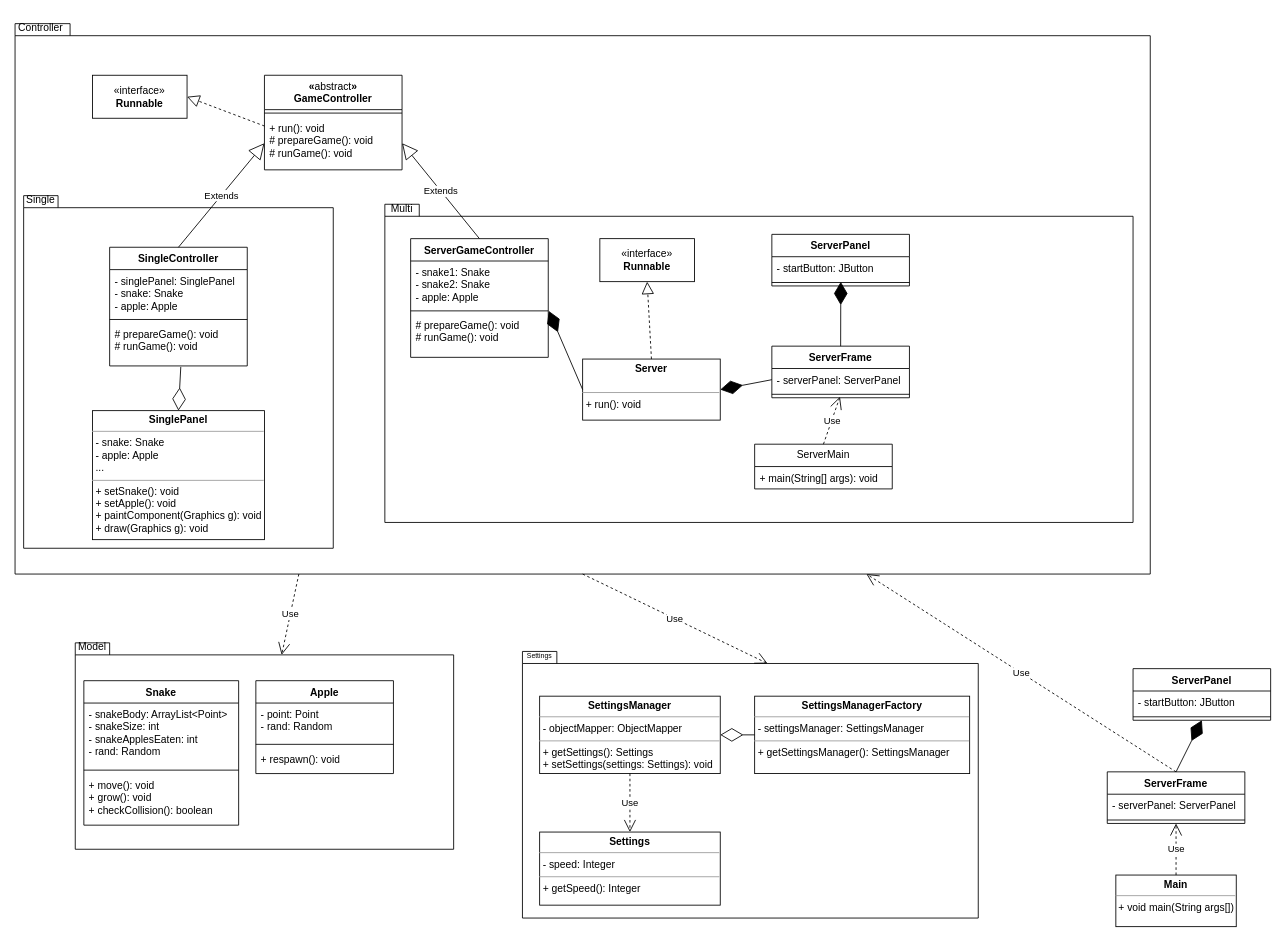
Earlier version of the draw.io diagram Untitled Diagram.drawio (lehelikes/snakegame-design-patterns). Source tidied: cells renumbered, new cells numbered last; positions are measured from the earlier drawing's top-left corner, leaving out a move shared by most shapes. Both pictures are drawn from the tidied source at 86%, with x=0, y=0 at pixel (15, 15).
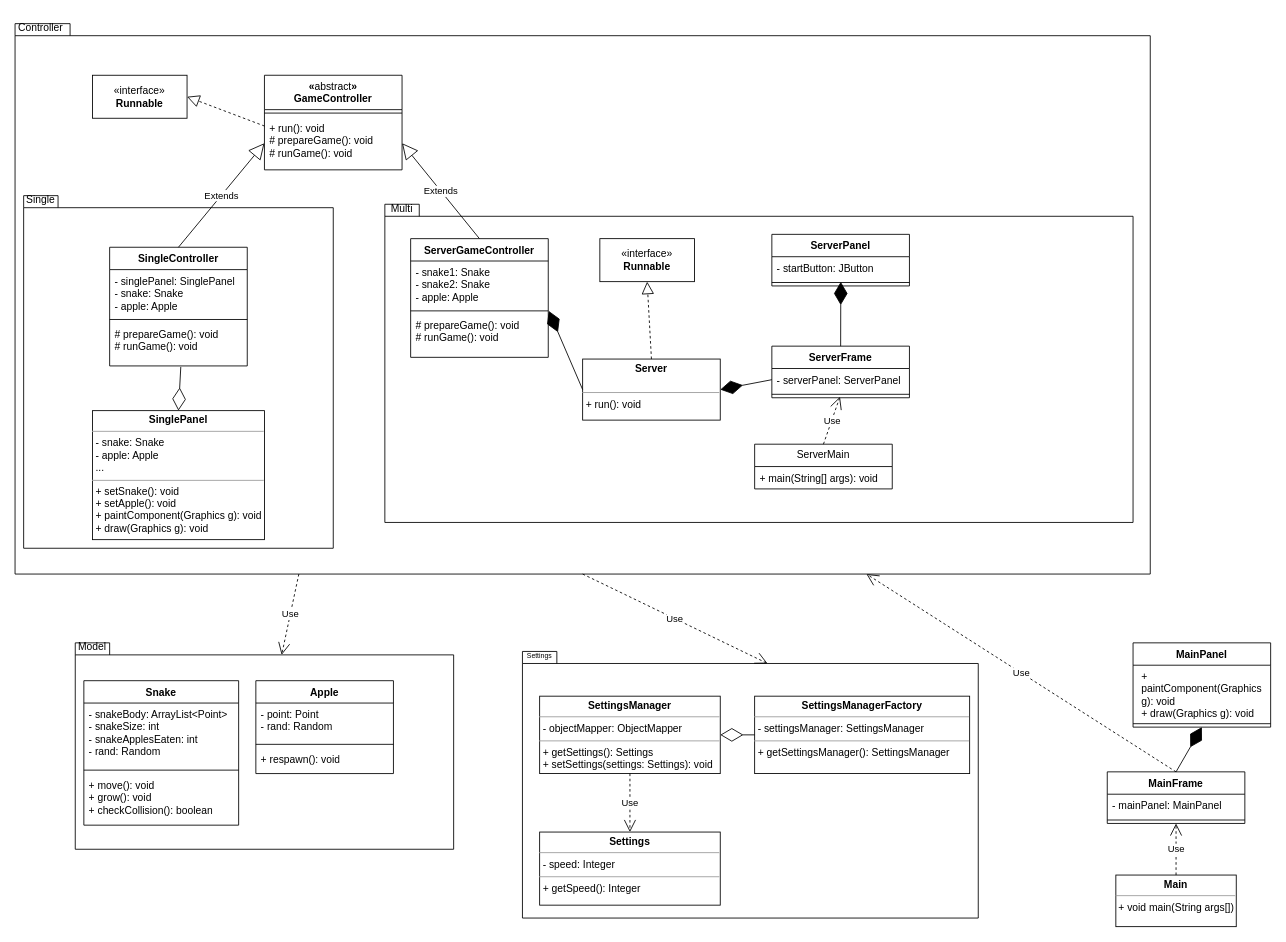
The same page after the edit.

Diff of the diagram source:
```diff
@@
-    <mxCell id="60" value="ServerFrame" style="swimlane;fontStyle=1;align=center;verticalAlign=top;horizontal=1;startSize=26;whiteSpace=wrap;html=1;" parent="1" vertex="1">
+    <mxCell id="60" value="MainFrame" style="swimlane;fontStyle=1;align=center;verticalAlign=top;horizontal=1;startSize=26;whiteSpace=wrap;html=1;" parent="1" vertex="1">
       <mxGeometry x="1270" y="880" width="160" height="60" as="geometry" />
     </mxCell>
-    <mxCell id="61" value="- serverPanel: ServerPanel" style="text;strokeColor=none;fillColor=none;align=left;verticalAlign=top;spacingLeft=4;spacingRight=4;overflow=hidden;whiteSpace=wrap;html=1;" parent="60" vertex="1">
+    <mxCell id="61" value="- mainPanel: MainPanel" style="text;strokeColor=none;fillColor=none;align=left;verticalAlign=top;spacingLeft=4;spacingRight=4;overflow=hidden;whiteSpace=wrap;html=1;" parent="60" vertex="1">
       <mxGeometry y="26" width="160" height="26" as="geometry" />
     </mxCell>
@@
-    <mxCell id="63" value="ServerPanel" style="swimlane;fontStyle=1;align=center;verticalAlign=top;horizontal=1;startSize=26;whiteSpace=wrap;html=1;" parent="1" vertex="1">
-      <mxGeometry x="1300" y="760" width="160" height="60" as="geometry" />
+    <mxCell id="63" value="MainPanel" style="swimlane;fontStyle=1;align=center;verticalAlign=top;horizontal=1;startSize=26;whiteSpace=wrap;html=1;" parent="1" vertex="1">
+      <mxGeometry x="1300" y="730" width="160" height="98" as="geometry" />
     </mxCell>
-    <mxCell id="64" value="- startButton: JButton" style="text;strokeColor=none;fillColor=none;align=left;verticalAlign=top;spacingLeft=4;spacingRight=4;overflow=hidden;whiteSpace=wrap;html=1;" parent="63" vertex="1">
-      <mxGeometry y="26" width="160" height="26" as="geometry" />
+    <mxCell id="64" value="&lt;p style=&quot;border-color: var(--border-color); margin: 0px 0px 0px 4px;&quot;&gt;+ paintComponent(Graphics g): void&lt;/p&gt;&lt;p style=&quot;border-color: var(--border-color); margin: 0px 0px 0px 4px;&quot;&gt;+ draw(Graphics g): void&lt;/p&gt;" style="text;strokeColor=none;fillColor=none;align=left;verticalAlign=top;spacingLeft=4;spacingRight=4;overflow=hidden;whiteSpace=wrap;html=1;" parent="63" vertex="1">
+      <mxGeometry y="26" width="160" height="64" as="geometry" />
     </mxCell>
     <mxCell id="65" style="line;strokeWidth=1;fillColor=none;align=left;verticalAlign=middle;spacingTop=-1;spacingLeft=3;spacingRight=3;labelPosition=right;strokeColor=inherit;" parent="63" vertex="1">
-      <mxGeometry y="52" width="160" height="8" as="geometry" />
+      <mxGeometry y="90" width="160" height="8" as="geometry" />
     </mxCell>
```
